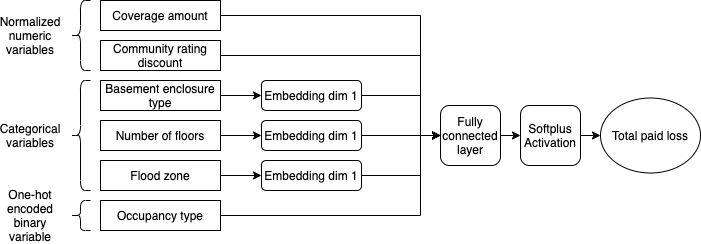
Earlier version of the draw.io export manuscript/images/nn.png (kasaai/embed-actuarial). Source tidied: cells renumbered, new cells last; positions are measured from the earlier drawing's top-left corner, leaving out a move shared by most shapes. The source it was exported from:
```xml
<mxGraphModel>
  <root>
    <mxCell id="0" />
    <mxCell id="1" parent="0" />
    <mxCell id="2" style="edgeStyle=orthogonalEdgeStyle;rounded=0;jettySize=auto;html=1;exitX=1;exitY=0.5;exitDx=0;exitDy=0;entryX=0;entryY=0.5;entryDx=0;entryDy=0;" parent="1" edge="1" source="3" target="27">
      <mxGeometry relative="1" as="geometry">
        <Array as="points">
          <mxPoint x="410" y="15" />
          <mxPoint x="410" y="135" />
        </Array>
      </mxGeometry>
    </mxCell>
    <mxCell id="3" value="Coverage amount" style="rounded=0;whiteSpace=wrap;html=1;" parent="1" vertex="1">
      <mxGeometry x="90" width="120" height="30" as="geometry" />
    </mxCell>
    <mxCell id="4" style="edgeStyle=orthogonalEdgeStyle;rounded=0;jettySize=auto;html=1;exitX=1;exitY=0.5;exitDx=0;exitDy=0;entryX=0;entryY=0.5;entryDx=0;entryDy=0;" parent="1" edge="1" source="5" target="27">
      <mxGeometry relative="1" as="geometry">
        <Array as="points">
          <mxPoint x="410" y="55" />
          <mxPoint x="410" y="135" />
        </Array>
      </mxGeometry>
    </mxCell>
    <mxCell id="5" value="Community rating discount" style="rounded=0;whiteSpace=wrap;html=1;" parent="1" vertex="1">
      <mxGeometry x="90" y="40" width="120" height="30" as="geometry" />
    </mxCell>
    <mxCell id="6" style="edgeStyle=orthogonalEdgeStyle;rounded=0;jettySize=auto;html=1;exitX=1;exitY=0.5;exitDx=0;exitDy=0;entryX=0;entryY=0.5;entryDx=0;entryDy=0;" parent="1" edge="1" source="7" target="21">
      <mxGeometry relative="1" as="geometry" />
    </mxCell>
    <mxCell id="7" value="Basement enclosure type" style="rounded=0;whiteSpace=wrap;html=1;" parent="1" vertex="1">
      <mxGeometry x="90" y="80" width="120" height="30" as="geometry" />
    </mxCell>
    <mxCell id="8" style="edgeStyle=orthogonalEdgeStyle;rounded=0;jettySize=auto;html=1;exitX=1;exitY=0.5;exitDx=0;exitDy=0;" parent="1" edge="1" source="9" target="23">
      <mxGeometry relative="1" as="geometry" />
    </mxCell>
    <mxCell id="9" value="Number of floors" style="rounded=0;whiteSpace=wrap;html=1;" parent="1" vertex="1">
      <mxGeometry x="90" y="120" width="120" height="30" as="geometry" />
    </mxCell>
    <mxCell id="10" style="edgeStyle=orthogonalEdgeStyle;rounded=0;jettySize=auto;html=1;exitX=1;exitY=0.5;exitDx=0;exitDy=0;entryX=0;entryY=0.5;entryDx=0;entryDy=0;" parent="1" edge="1" source="11" target="27">
      <mxGeometry relative="1" as="geometry">
        <Array as="points">
          <mxPoint x="410" y="215" />
          <mxPoint x="410" y="135" />
        </Array>
      </mxGeometry>
    </mxCell>
    <mxCell id="11" value="Occupancy type" style="rounded=0;whiteSpace=wrap;html=1;" parent="1" vertex="1">
      <mxGeometry x="90" y="200" width="120" height="30" as="geometry" />
    </mxCell>
    <mxCell id="12" style="edgeStyle=orthogonalEdgeStyle;rounded=0;jettySize=auto;html=1;exitX=1;exitY=0.5;exitDx=0;exitDy=0;entryX=0;entryY=0.5;entryDx=0;entryDy=0;" parent="1" edge="1" source="13" target="25">
      <mxGeometry relative="1" as="geometry" />
    </mxCell>
    <mxCell id="13" value="Flood zone" style="rounded=0;whiteSpace=wrap;html=1;" parent="1" vertex="1">
      <mxGeometry x="90" y="160" width="120" height="30" as="geometry" />
    </mxCell>
    <mxCell id="14" style="shape=curlyBracket;whiteSpace=wrap;html=1;rounded=1;" parent="1" vertex="1">
      <mxGeometry x="60" width="20" height="70" as="geometry" />
    </mxCell>
    <mxCell id="15" value="Normalized numeric variables" style="text;html=1;strokeColor=none;fillColor=none;align=center;verticalAlign=middle;whiteSpace=wrap;rounded=0;" parent="1" vertex="1">
      <mxGeometry y="25" width="40" height="20" as="geometry" />
    </mxCell>
    <mxCell id="16" style="shape=curlyBracket;whiteSpace=wrap;html=1;rounded=1;" parent="1" vertex="1">
      <mxGeometry x="60" y="80" width="20" height="110" as="geometry" />
    </mxCell>
    <mxCell id="17" value="Categorical variables" style="text;html=1;strokeColor=none;fillColor=none;align=center;verticalAlign=middle;whiteSpace=wrap;rounded=0;" parent="1" vertex="1">
      <mxGeometry y="125" width="40" height="20" as="geometry" />
    </mxCell>
    <mxCell id="18" style="shape=curlyBracket;whiteSpace=wrap;html=1;rounded=1;" parent="1" vertex="1">
      <mxGeometry x="60" y="200" width="20" height="30" as="geometry" />
    </mxCell>
    <mxCell id="19" value="One-hot encoded binary variable" style="text;html=1;strokeColor=none;fillColor=none;align=center;verticalAlign=middle;whiteSpace=wrap;rounded=0;" parent="1" vertex="1">
      <mxGeometry y="205" width="40" height="20" as="geometry" />
    </mxCell>
    <mxCell id="20" style="edgeStyle=orthogonalEdgeStyle;rounded=0;jettySize=auto;html=1;exitX=1;exitY=0.5;exitDx=0;exitDy=0;entryX=0;entryY=0.5;entryDx=0;entryDy=0;" parent="1" edge="1" source="21" target="27">
      <mxGeometry relative="1" as="geometry">
        <Array as="points">
          <mxPoint x="410" y="95" />
          <mxPoint x="410" y="135" />
        </Array>
      </mxGeometry>
    </mxCell>
    <mxCell id="21" value="Embedding dim 1" style="rounded=1;whiteSpace=wrap;html=1;" parent="1" vertex="1">
      <mxGeometry x="251" y="80" width="100" height="30" as="geometry" />
    </mxCell>
    <mxCell id="22" style="edgeStyle=orthogonalEdgeStyle;rounded=0;jettySize=auto;html=1;exitX=1;exitY=0.5;exitDx=0;exitDy=0;entryX=0;entryY=0.5;entryDx=0;entryDy=0;" parent="1" edge="1" source="23" target="27">
      <mxGeometry relative="1" as="geometry" />
    </mxCell>
    <mxCell id="23" value="Embedding dim 1" style="rounded=1;whiteSpace=wrap;html=1;" parent="1" vertex="1">
      <mxGeometry x="251" y="120" width="100" height="30" as="geometry" />
    </mxCell>
    <mxCell id="24" style="edgeStyle=orthogonalEdgeStyle;rounded=0;jettySize=auto;html=1;exitX=1;exitY=0.5;exitDx=0;exitDy=0;entryX=0;entryY=0.5;entryDx=0;entryDy=0;" parent="1" edge="1" source="25" target="27">
      <mxGeometry relative="1" as="geometry">
        <Array as="points">
          <mxPoint x="410" y="175" />
          <mxPoint x="410" y="135" />
        </Array>
      </mxGeometry>
    </mxCell>
    <mxCell id="25" value="Embedding dim 1" style="rounded=1;whiteSpace=wrap;html=1;" parent="1" vertex="1">
      <mxGeometry x="251" y="160" width="100" height="30" as="geometry" />
    </mxCell>
    <mxCell id="26" style="edgeStyle=orthogonalEdgeStyle;rounded=0;jettySize=auto;html=1;exitX=1;exitY=0.5;exitDx=0;exitDy=0;entryX=0;entryY=0.5;entryDx=0;entryDy=0;" parent="1" edge="1" source="27" target="29">
      <mxGeometry relative="1" as="geometry" />
    </mxCell>
    <mxCell id="27" value="Fully connected layer" style="rounded=1;whiteSpace=wrap;html=1;" parent="1" vertex="1">
      <mxGeometry x="430" y="105" width="60" height="60" as="geometry" />
    </mxCell>
    <mxCell id="28" style="edgeStyle=orthogonalEdgeStyle;rounded=0;jettySize=auto;html=1;exitX=1;exitY=0.5;exitDx=0;exitDy=0;entryX=0;entryY=0.5;entryDx=0;entryDy=0;" parent="1" edge="1" source="29" target="30">
      <mxGeometry relative="1" as="geometry" />
    </mxCell>
    <mxCell id="29" value="Softplus&lt;br&gt;Activation" style="rounded=1;whiteSpace=wrap;html=1;" parent="1" vertex="1">
      <mxGeometry x="510" y="105" width="60" height="60" as="geometry" />
    </mxCell>
    <mxCell id="30" value="Total paid loss" style="ellipse;whiteSpace=wrap;html=1;" parent="1" vertex="1">
      <mxGeometry x="590" y="97.5" width="100" height="75" as="geometry" />
    </mxCell>
  </root>
</mxGraphModel>
```
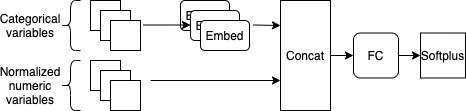
After the change.

Change to the diagram source:
```diff
@@ -2,117 +2,77 @@
   <root>
     <mxCell id="0" />
     <mxCell id="1" parent="0" />
-    <mxCell id="2" style="edgeStyle=orthogonalEdgeStyle;rounded=0;jettySize=auto;html=1;exitX=1;exitY=0.5;exitDx=0;exitDy=0;entryX=0;entryY=0.5;entryDx=0;entryDy=0;" parent="1" edge="1" source="3" target="27">
-      <mxGeometry relative="1" as="geometry">
-        <Array as="points">
-          <mxPoint x="410" y="15" />
-          <mxPoint x="410" y="135" />
-        </Array>
-      </mxGeometry>
-    </mxCell>
-    <mxCell id="3" value="Coverage amount" style="rounded=0;whiteSpace=wrap;html=1;" parent="1" vertex="1">
-      <mxGeometry x="90" width="120" height="30" as="geometry" />
-    </mxCell>
-    <mxCell id="4" style="edgeStyle=orthogonalEdgeStyle;rounded=0;jettySize=auto;html=1;exitX=1;exitY=0.5;exitDx=0;exitDy=0;entryX=0;entryY=0.5;entryDx=0;entryDy=0;" parent="1" edge="1" source="5" target="27">
-      <mxGeometry relative="1" as="geometry">
-        <Array as="points">
-          <mxPoint x="410" y="55" />
-          <mxPoint x="410" y="135" />
-        </Array>
-      </mxGeometry>
-    </mxCell>
-    <mxCell id="5" value="Community rating discount" style="rounded=0;whiteSpace=wrap;html=1;" parent="1" vertex="1">
-      <mxGeometry x="90" y="40" width="120" height="30" as="geometry" />
-    </mxCell>
-    <mxCell id="6" style="edgeStyle=orthogonalEdgeStyle;rounded=0;jettySize=auto;html=1;exitX=1;exitY=0.5;exitDx=0;exitDy=0;entryX=0;entryY=0.5;entryDx=0;entryDy=0;" parent="1" edge="1" source="7" target="21">
-      <mxGeometry relative="1" as="geometry" />
-    </mxCell>
-    <mxCell id="7" value="Basement enclosure type" style="rounded=0;whiteSpace=wrap;html=1;" parent="1" vertex="1">
-      <mxGeometry x="90" y="80" width="120" height="30" as="geometry" />
-    </mxCell>
-    <mxCell id="8" style="edgeStyle=orthogonalEdgeStyle;rounded=0;jettySize=auto;html=1;exitX=1;exitY=0.5;exitDx=0;exitDy=0;" parent="1" edge="1" source="9" target="23">
-      <mxGeometry relative="1" as="geometry" />
-    </mxCell>
-    <mxCell id="9" value="Number of floors" style="rounded=0;whiteSpace=wrap;html=1;" parent="1" vertex="1">
-      <mxGeometry x="90" y="120" width="120" height="30" as="geometry" />
-    </mxCell>
-    <mxCell id="10" style="edgeStyle=orthogonalEdgeStyle;rounded=0;jettySize=auto;html=1;exitX=1;exitY=0.5;exitDx=0;exitDy=0;entryX=0;entryY=0.5;entryDx=0;entryDy=0;" parent="1" edge="1" source="11" target="27">
-      <mxGeometry relative="1" as="geometry">
-        <Array as="points">
-          <mxPoint x="410" y="215" />
-          <mxPoint x="410" y="135" />
-        </Array>
-      </mxGeometry>
-    </mxCell>
-    <mxCell id="11" value="Occupancy type" style="rounded=0;whiteSpace=wrap;html=1;" parent="1" vertex="1">
-      <mxGeometry x="90" y="200" width="120" height="30" as="geometry" />
-    </mxCell>
-    <mxCell id="12" style="edgeStyle=orthogonalEdgeStyle;rounded=0;jettySize=auto;html=1;exitX=1;exitY=0.5;exitDx=0;exitDy=0;entryX=0;entryY=0.5;entryDx=0;entryDy=0;" parent="1" edge="1" source="13" target="25">
-      <mxGeometry relative="1" as="geometry" />
-    </mxCell>
-    <mxCell id="13" value="Flood zone" style="rounded=0;whiteSpace=wrap;html=1;" parent="1" vertex="1">
-      <mxGeometry x="90" y="160" width="120" height="30" as="geometry" />
-    </mxCell>
-    <mxCell id="14" style="shape=curlyBracket;whiteSpace=wrap;html=1;rounded=1;" parent="1" vertex="1">
-      <mxGeometry x="60" width="20" height="70" as="geometry" />
-    </mxCell>
+    <mxCell id="31" style="rounded=0;whiteSpace=wrap;html=1;" parent="1" vertex="1">
+      <mxGeometry x="90" y="-20" width="30" height="30" as="geometry" />
+    </mxCell>
+    <mxCell id="32" style="shape=curlyBracket;whiteSpace=wrap;html=1;rounded=1;" parent="1" vertex="1">
+      <mxGeometry x="60" y="-20" width="20" height="50" as="geometry" />
+    </mxCell>
+    <mxCell id="17" value="Categorical variables" style="text;html=1;strokeColor=none;fillColor=none;align=center;verticalAlign=middle;whiteSpace=wrap;rounded=0;" parent="1" vertex="1">
+      <mxGeometry x="10" y="-5" width="40" height="20" as="geometry" />
+    </mxCell>
+    <mxCell id="33" value="Embed" style="rounded=1;whiteSpace=wrap;html=1;" parent="1" vertex="1">
+      <mxGeometry x="180" y="-20" width="49" height="30" as="geometry" />
+    </mxCell>
+    <mxCell id="34" style="rounded=0;whiteSpace=wrap;html=1;" parent="1" vertex="1">
+      <mxGeometry x="100" y="-10" width="30" height="30" as="geometry" />
+    </mxCell>
+    <mxCell id="35" style="rounded=0;whiteSpace=wrap;html=1;" parent="1" vertex="1">
+      <mxGeometry x="110" width="30" height="30" as="geometry" />
+    </mxCell>
+    <mxCell id="36" value="Embed" style="rounded=1;whiteSpace=wrap;html=1;" parent="1" vertex="1">
+      <mxGeometry x="190" y="-10" width="49" height="30" as="geometry" />
+    </mxCell>
+    <mxCell id="37" value="Embed" style="rounded=1;whiteSpace=wrap;html=1;" parent="1" vertex="1">
+      <mxGeometry x="200" width="49" height="30" as="geometry" />
+    </mxCell>
+    <mxCell id="38" style="rounded=0;whiteSpace=wrap;html=1;" parent="1" vertex="1">
+      <mxGeometry x="90" y="40" width="30" height="30" as="geometry" />
+    </mxCell>
+    <mxCell id="39" style="shape=curlyBracket;whiteSpace=wrap;html=1;rounded=1;" parent="1" vertex="1">
+      <mxGeometry x="60" y="40" width="20" height="50" as="geometry" />
+    </mxCell>
     <mxCell id="15" value="Normalized numeric variables" style="text;html=1;strokeColor=none;fillColor=none;align=center;verticalAlign=middle;whiteSpace=wrap;rounded=0;" parent="1" vertex="1">
-      <mxGeometry y="25" width="40" height="20" as="geometry" />
+      <mxGeometry x="10" y="55" width="40" height="20" as="geometry" />
     </mxCell>
-    <mxCell id="16" style="shape=curlyBracket;whiteSpace=wrap;html=1;rounded=1;" parent="1" vertex="1">
-      <mxGeometry x="60" y="80" width="20" height="110" as="geometry" />
-    </mxCell>
-    <mxCell id="17" value="Categorical variables" style="text;html=1;strokeColor=none;fillColor=none;align=center;verticalAlign=middle;whiteSpace=wrap;rounded=0;" parent="1" vertex="1">
-      <mxGeometry y="125" width="40" height="20" as="geometry" />
-    </mxCell>
-    <mxCell id="18" style="shape=curlyBracket;whiteSpace=wrap;html=1;rounded=1;" parent="1" vertex="1">
-      <mxGeometry x="60" y="200" width="20" height="30" as="geometry" />
-    </mxCell>
-    <mxCell id="19" value="One-hot encoded binary variable" style="text;html=1;strokeColor=none;fillColor=none;align=center;verticalAlign=middle;whiteSpace=wrap;rounded=0;" parent="1" vertex="1">
-      <mxGeometry y="205" width="40" height="20" as="geometry" />
-    </mxCell>
-    <mxCell id="20" style="edgeStyle=orthogonalEdgeStyle;rounded=0;jettySize=auto;html=1;exitX=1;exitY=0.5;exitDx=0;exitDy=0;entryX=0;entryY=0.5;entryDx=0;entryDy=0;" parent="1" edge="1" source="21" target="27">
-      <mxGeometry relative="1" as="geometry">
-        <Array as="points">
-          <mxPoint x="410" y="95" />
-          <mxPoint x="410" y="135" />
-        </Array>
-      </mxGeometry>
-    </mxCell>
-    <mxCell id="21" value="Embedding dim 1" style="rounded=1;whiteSpace=wrap;html=1;" parent="1" vertex="1">
-      <mxGeometry x="251" y="80" width="100" height="30" as="geometry" />
-    </mxCell>
-    <mxCell id="22" style="edgeStyle=orthogonalEdgeStyle;rounded=0;jettySize=auto;html=1;exitX=1;exitY=0.5;exitDx=0;exitDy=0;entryX=0;entryY=0.5;entryDx=0;entryDy=0;" parent="1" edge="1" source="23" target="27">
-      <mxGeometry relative="1" as="geometry" />
-    </mxCell>
-    <mxCell id="23" value="Embedding dim 1" style="rounded=1;whiteSpace=wrap;html=1;" parent="1" vertex="1">
-      <mxGeometry x="251" y="120" width="100" height="30" as="geometry" />
-    </mxCell>
-    <mxCell id="24" style="edgeStyle=orthogonalEdgeStyle;rounded=0;jettySize=auto;html=1;exitX=1;exitY=0.5;exitDx=0;exitDy=0;entryX=0;entryY=0.5;entryDx=0;entryDy=0;" parent="1" edge="1" source="25" target="27">
-      <mxGeometry relative="1" as="geometry">
-        <Array as="points">
-          <mxPoint x="410" y="175" />
-          <mxPoint x="410" y="135" />
-        </Array>
-      </mxGeometry>
-    </mxCell>
-    <mxCell id="25" value="Embedding dim 1" style="rounded=1;whiteSpace=wrap;html=1;" parent="1" vertex="1">
-      <mxGeometry x="251" y="160" width="100" height="30" as="geometry" />
-    </mxCell>
-    <mxCell id="26" style="edgeStyle=orthogonalEdgeStyle;rounded=0;jettySize=auto;html=1;exitX=1;exitY=0.5;exitDx=0;exitDy=0;entryX=0;entryY=0.5;entryDx=0;entryDy=0;" parent="1" edge="1" source="27" target="29">
-      <mxGeometry relative="1" as="geometry" />
-    </mxCell>
-    <mxCell id="27" value="Fully connected layer" style="rounded=1;whiteSpace=wrap;html=1;" parent="1" vertex="1">
-      <mxGeometry x="430" y="105" width="60" height="60" as="geometry" />
-    </mxCell>
-    <mxCell id="28" style="edgeStyle=orthogonalEdgeStyle;rounded=0;jettySize=auto;html=1;exitX=1;exitY=0.5;exitDx=0;exitDy=0;entryX=0;entryY=0.5;entryDx=0;entryDy=0;" parent="1" edge="1" source="29" target="30">
-      <mxGeometry relative="1" as="geometry" />
-    </mxCell>
-    <mxCell id="29" value="Softplus&lt;br&gt;Activation" style="rounded=1;whiteSpace=wrap;html=1;" parent="1" vertex="1">
-      <mxGeometry x="510" y="105" width="60" height="60" as="geometry" />
-    </mxCell>
-    <mxCell id="30" value="Total paid loss" style="ellipse;whiteSpace=wrap;html=1;" parent="1" vertex="1">
-      <mxGeometry x="590" y="97.5" width="100" height="75" as="geometry" />
-    </mxCell>
+    <mxCell id="40" style="rounded=0;whiteSpace=wrap;html=1;" parent="1" vertex="1">
+      <mxGeometry x="100" y="50" width="30" height="30" as="geometry" />
+    </mxCell>
+    <mxCell id="41" style="rounded=0;whiteSpace=wrap;html=1;" parent="1" vertex="1">
+      <mxGeometry x="110" y="60" width="30" height="30" as="geometry" />
+    </mxCell>
+    <mxCell id="42" style="edgeStyle=orthogonalEdgeStyle;rounded=0;jettySize=auto;html=1;exitX=1;exitY=0.5;exitDx=0;exitDy=0;entryX=0;entryY=0.5;entryDx=0;entryDy=0;" parent="1" edge="1" source="43" target="48">
+      <mxGeometry relative="1" as="geometry" />
+    </mxCell>
+    <mxCell id="43" value="Concat" style="rounded=0;whiteSpace=wrap;html=1;" parent="1" vertex="1">
+      <mxGeometry x="280" y="-20" width="50" height="110" as="geometry" />
+    </mxCell>
+    <mxCell id="44" style="endArrow=classic;html=1;" parent="1" edge="1">
+      <mxGeometry relative="1" as="geometry">
+        <mxPoint x="150" y="60" as="sourcePoint" />
+        <mxPoint x="280" y="60" as="targetPoint" />
+      </mxGeometry>
+    </mxCell>
+    <mxCell id="45" style="endArrow=classic;html=1;" parent="1" edge="1">
+      <mxGeometry relative="1" as="geometry">
+        <mxPoint x="253" y="4.5" as="sourcePoint" />
+        <mxPoint x="280" y="5" as="targetPoint" />
+      </mxGeometry>
+    </mxCell>
+    <mxCell id="46" style="endArrow=classic;html=1;" parent="1" edge="1">
+      <mxGeometry relative="1" as="geometry">
+        <mxPoint x="143" y="4.5" as="sourcePoint" />
+        <mxPoint x="190" y="4.5" as="targetPoint" />
+      </mxGeometry>
+    </mxCell>
+    <mxCell id="47" style="edgeStyle=orthogonalEdgeStyle;rounded=0;jettySize=auto;html=1;exitX=1;exitY=0.5;exitDx=0;exitDy=0;" parent="1" edge="1" source="48" target="49">
+      <mxGeometry relative="1" as="geometry" />
+    </mxCell>
+    <mxCell id="48" value="FC" style="rounded=1;whiteSpace=wrap;html=1;" parent="1" vertex="1">
+      <mxGeometry x="353" y="12.5" width="45" height="45" as="geometry" />
+    </mxCell>
+    <mxCell id="49" value="Softplus" style="rounded=0;whiteSpace=wrap;html=1;" parent="1" vertex="1">
+      <mxGeometry x="420" y="12.5" width="45" height="45" as="geometry" />
+    </mxCell>
   </root>
 </mxGraphModel>
```
